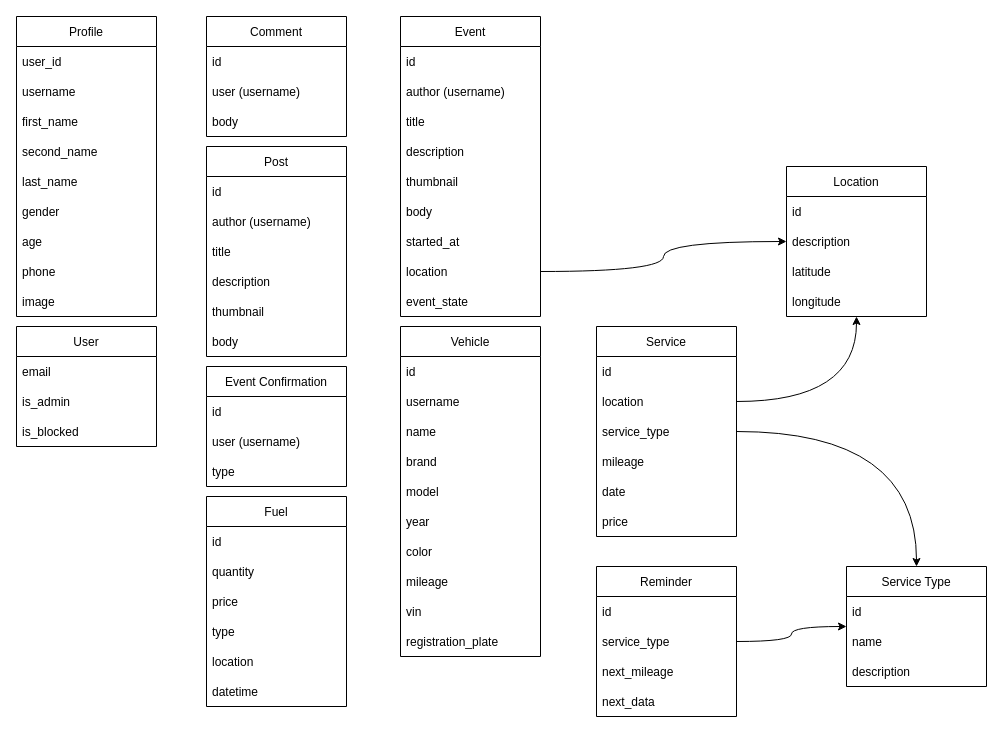
Above: page "domain models" (2 of 2) of schema.drawio in jadjer/mores (draw.io), before the change. Source tidied: cells renumbered, new cells numbered last; positions are measured from the earlier drawing's top-left corner, leaving out a move shared by most shapes. Both pictures are drawn from the tidied source at 100%, with x=0, y=0 at pixel (16, 16).
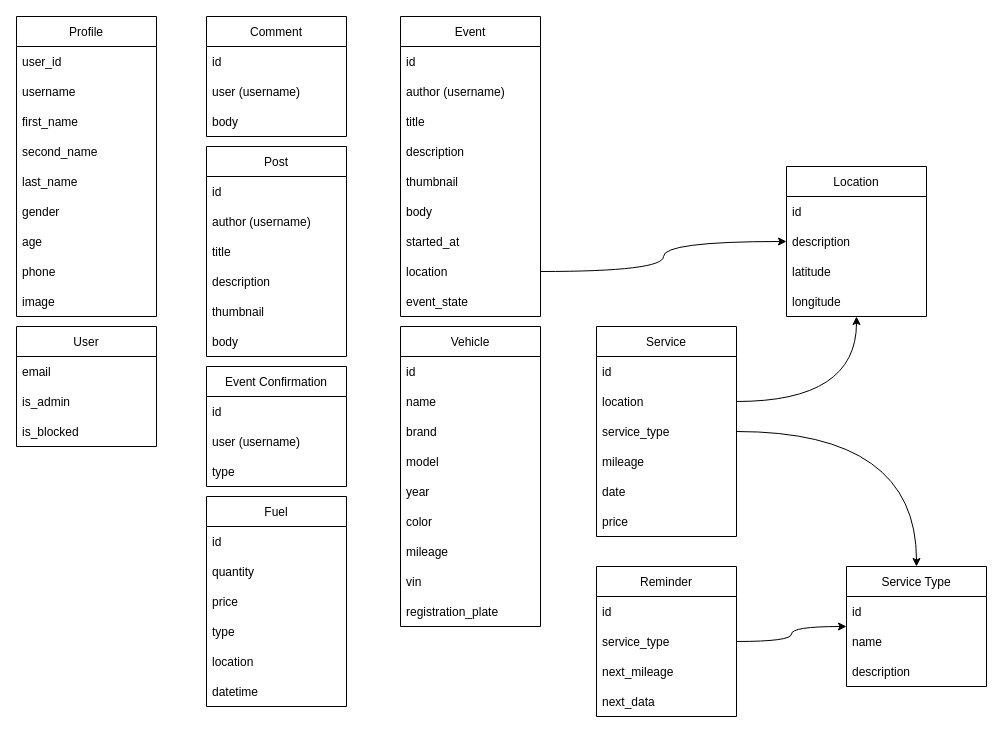
Above is the later version.

Change to the diagram source:
```diff
@@
     <mxCell id="54" value="Vehicle" style="swimlane;fontStyle=0;horizontal=1;startSize=30;" parent="1" vertex="1">
-      <mxGeometry x="384" y="310" width="140" height="330" as="geometry" />
+      <mxGeometry x="384" y="310" width="140" height="300" as="geometry" />
     </mxCell>
@@
-    <mxCell id="56" value="username" style="text;strokeColor=none;fillColor=none;align=left;verticalAlign=middle;spacingLeft=4;spacingRight=4;overflow=hidden;" parent="54" vertex="1">
-      <mxGeometry y="60" width="140" height="30" as="geometry" />
-    </mxCell>
     <mxCell id="57" value="name" style="text;strokeColor=none;fillColor=none;align=left;verticalAlign=middle;spacingLeft=4;spacingRight=4;overflow=hidden;" parent="54" vertex="1">
-      <mxGeometry y="90" width="140" height="30" as="geometry" />
+      <mxGeometry y="60" width="140" height="30" as="geometry" />
     </mxCell>
     <mxCell id="58" value="brand" style="text;strokeColor=none;fillColor=none;align=left;verticalAlign=middle;spacingLeft=4;spacingRight=4;overflow=hidden;" parent="54" vertex="1">
-      <mxGeometry y="120" width="140" height="30" as="geometry" />
+      <mxGeometry y="90" width="140" height="30" as="geometry" />
     </mxCell>
     <mxCell id="59" value="model" style="text;strokeColor=none;fillColor=none;align=left;verticalAlign=middle;spacingLeft=4;spacingRight=4;overflow=hidden;" parent="54" vertex="1">
-      <mxGeometry y="150" width="140" height="30" as="geometry" />
+      <mxGeometry y="120" width="140" height="30" as="geometry" />
     </mxCell>
     <mxCell id="60" value="year" style="text;strokeColor=none;fillColor=none;align=left;verticalAlign=middle;spacingLeft=4;spacingRight=4;overflow=hidden;" parent="54" vertex="1">
-      <mxGeometry y="180" width="140" height="30" as="geometry" />
+      <mxGeometry y="150" width="140" height="30" as="geometry" />
     </mxCell>
     <mxCell id="61" value="color" style="text;strokeColor=none;fillColor=none;align=left;verticalAlign=middle;spacingLeft=4;spacingRight=4;overflow=hidden;" parent="54" vertex="1">
-      <mxGeometry y="210" width="140" height="30" as="geometry" />
+      <mxGeometry y="180" width="140" height="30" as="geometry" />
     </mxCell>
     <mxCell id="62" value="mileage" style="text;strokeColor=none;fillColor=none;align=left;verticalAlign=middle;spacingLeft=4;spacingRight=4;overflow=hidden;" parent="54" vertex="1">
-      <mxGeometry y="240" width="140" height="30" as="geometry" />
+      <mxGeometry y="210" width="140" height="30" as="geometry" />
     </mxCell>
     <mxCell id="63" value="vin" style="text;strokeColor=none;fillColor=none;align=left;verticalAlign=middle;spacingLeft=4;spacingRight=4;overflow=hidden;" parent="54" vertex="1">
-      <mxGeometry y="270" width="140" height="30" as="geometry" />
+      <mxGeometry y="240" width="140" height="30" as="geometry" />
     </mxCell>
     <mxCell id="64" value="registration_plate" style="text;strokeColor=none;fillColor=none;align=left;verticalAlign=middle;spacingLeft=4;spacingRight=4;overflow=hidden;" parent="54" vertex="1">
-      <mxGeometry y="300" width="140" height="30" as="geometry" />
+      <mxGeometry y="270" width="140" height="30" as="geometry" />
     </mxCell>
```
